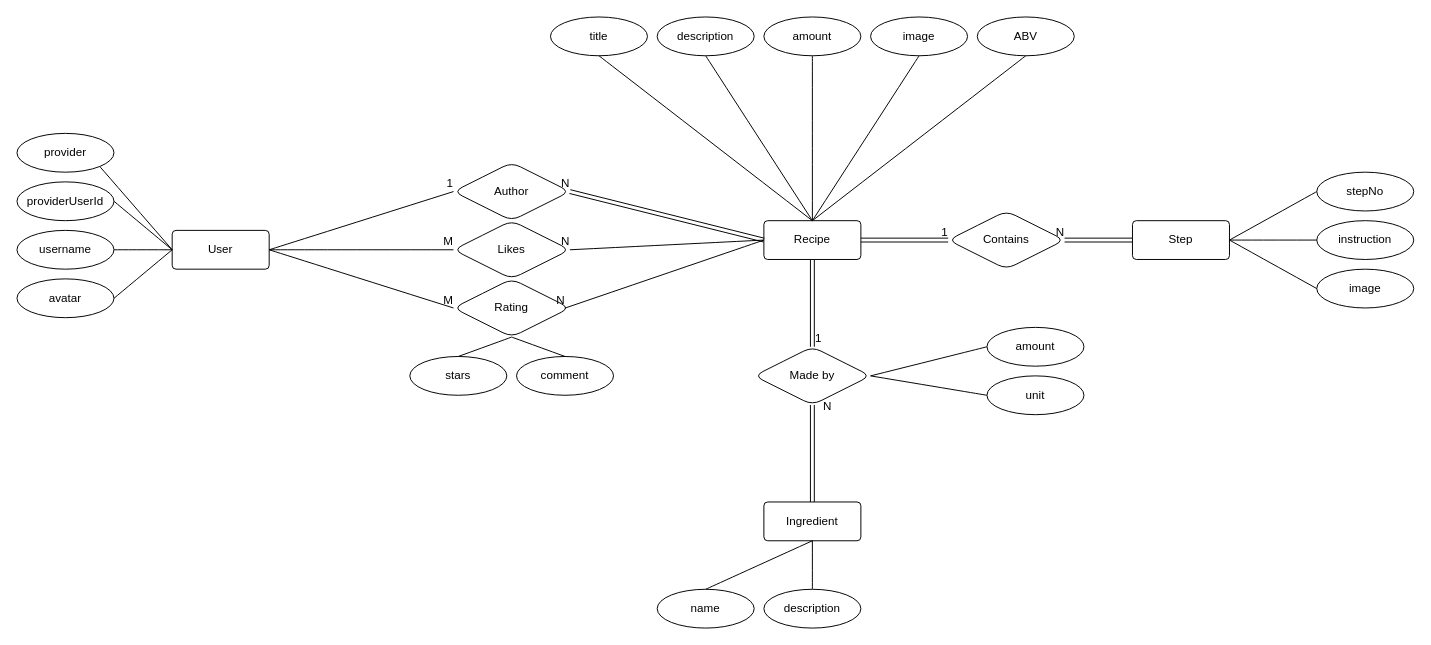
This is api/Untitled Diagram.drawio from yasamnoya/cocktail, a draw.io file, before an edit. Source tidied: cells renumbered, new cells numbered last; positions are measured from the earlier drawing's top-left corner, leaving out a move shared by most shapes. Both pictures are drawn from the tidied source at 97%, with x=0, y=0 at pixel (16, 16).
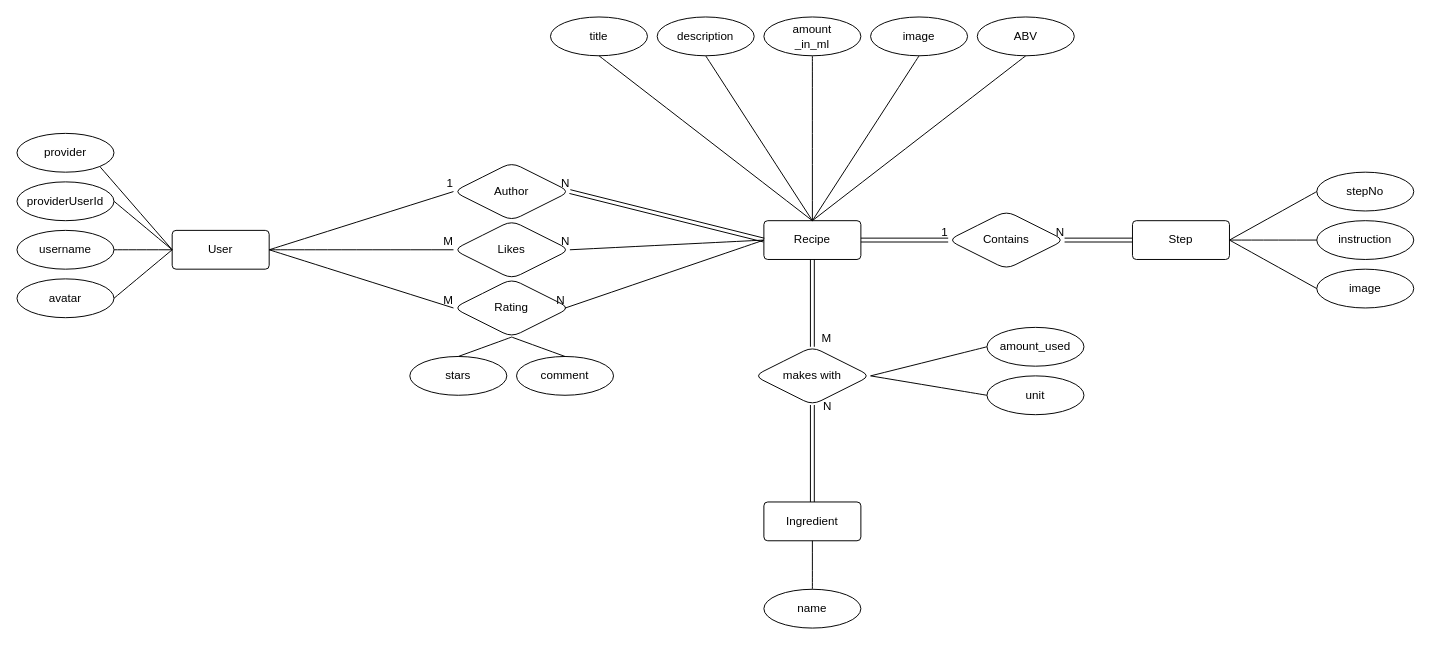
The same page after the edit.

The change refers to these unchanged cells:
```xml
<mxCell id="6" value="&lt;div&gt;Ingredient&lt;/div&gt;" style="rounded=1;arcSize=10;whiteSpace=wrap;html=1;align=center;" parent="1" vertex="1">
  <mxGeometry x="770" y="500" width="100" height="40" as="geometry" />
</mxCell>
<mxCell id="19" style="shape=link;html=1;rounded=0;curved=1;entryX=0.5;entryY=0;entryDx=0;entryDy=0;exitX=0.5;exitY=1;exitDx=0;exitDy=0;" parent="1" edge="1" source="2" target="18">
  <mxGeometry relative="1" as="geometry" />
</mxCell>
```

Diff of the diagram source:
```diff
@@
-    <mxCell id="18" value="Made by" style="shape=rhombus;perimeter=rhombusPerimeter;whiteSpace=wrap;html=1;align=center;rounded=1;" parent="1" vertex="1">
+    <mxCell id="18" value="makes with" style="shape=rhombus;perimeter=rhombusPerimeter;whiteSpace=wrap;html=1;align=center;rounded=1;" parent="1" vertex="1">
       <mxGeometry x="760" y="340" width="120" height="60" as="geometry" />
     </mxCell>
@@
-    <mxCell id="20" value="1" style="html=1;align=right;verticalAlign=bottom;rounded=1;" parent="19" vertex="1">
+    <mxCell id="20" value="M" style="html=1;align=right;verticalAlign=bottom;rounded=1;" parent="19" vertex="1">
       <mxGeometry x="1" relative="1" as="geometry">
-        <mxPoint x="10" as="offset" />
+        <mxPoint x="20" as="offset" />
       </mxGeometry>
     </mxCell>
@@
-    <mxCell id="35" value="&lt;div&gt;amount&lt;/div&gt;" style="ellipse;whiteSpace=wrap;html=1;align=center;rounded=1;" parent="1" vertex="1">
+    <mxCell id="35" value="&lt;div&gt;amount&lt;/div&gt;_in_ml" style="ellipse;whiteSpace=wrap;html=1;align=center;rounded=1;" parent="1" vertex="1">
       <mxGeometry x="770" width="100" height="40" as="geometry" />
     </mxCell>
@@
-    <mxCell id="57" value="amount" style="ellipse;whiteSpace=wrap;html=1;align=center;rounded=1;" parent="1" vertex="1">
+    <mxCell id="57" value="amount_used" style="ellipse;whiteSpace=wrap;html=1;align=center;rounded=1;" parent="1" vertex="1">
       <mxGeometry x="1000" y="320" width="100" height="40" as="geometry" />
     </mxCell>
@@
     <mxCell id="61" value="name" style="ellipse;whiteSpace=wrap;html=1;align=center;rounded=1;" parent="1" vertex="1">
-      <mxGeometry x="660" y="590" width="100" height="40" as="geometry" />
+      <mxGeometry x="770" y="590" width="100" height="40" as="geometry" />
     </mxCell>
@@
-    <mxCell id="63" value="&lt;div&gt;description&lt;/div&gt;" style="ellipse;whiteSpace=wrap;html=1;align=center;rounded=1;" parent="1" vertex="1">
-      <mxGeometry x="770" y="590" width="100" height="40" as="geometry" />
-    </mxCell>
-    <mxCell id="64" style="endArrow=none;html=1;rounded=0;curved=1;entryX=0.5;entryY=1;entryDx=0;entryDy=0;exitX=0.5;exitY=0;exitDx=0;exitDy=0;" parent="1" edge="1" source="63" target="6">
-      <mxGeometry relative="1" as="geometry" />
-    </mxCell>
```
